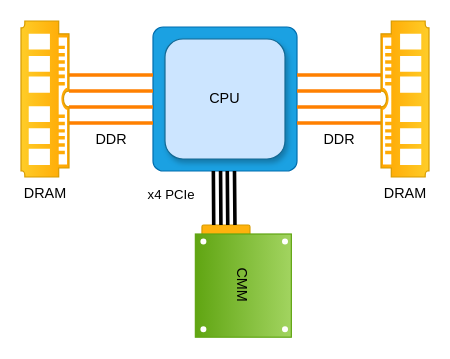
This is CXL Direct Attach CMM.drawio from kamilkhan52/cxl_diagrams, a draw.io file, before an edit. Source tidied: cells renumbered, new cells numbered last; positions are measured from the earlier drawing's top-left corner, leaving out a move shared by most shapes. Both pictures are drawn from the tidied source at 120%, with x=0, y=0 at pixel (20, 20).
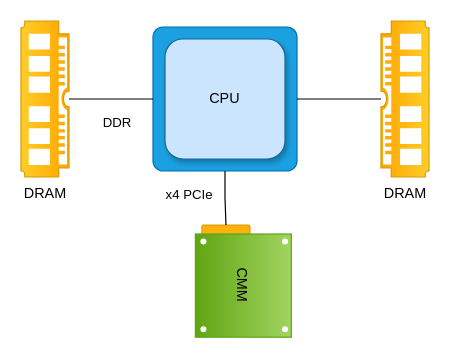
The same diagram, later.

The change refers to these unchanged cells:
```xml
<mxCell id="2" style="group;fillColor=default;gradientColor=none;strokeColor=none;" parent="1" vertex="1">
  <mxGeometry x="110" y="5" width="120" height="120" as="geometry" />
</mxCell>
<mxCell id="3" style="rounded=1;whiteSpace=wrap;html=1;arcSize=7;fillColor=#1ba1e2;strokeColor=#006EAF;fontColor=#ffffff;" parent="2" vertex="1">
  <mxGeometry width="120" height="120" as="geometry" />
</mxCell>
<mxCell id="6" value="DRAM" style="shadow=0;dashed=0;html=1;strokeColor=#d79b00;fillColor=#ffcd28;labelPosition=center;verticalLabelPosition=bottom;verticalAlign=top;align=center;outlineConnect=0;shape=mxgraph.veeam.ram;fillStyle=auto;direction=north;gradientColor=#ffa500;" parent="1" vertex="1">
  <mxGeometry width="40" height="130" as="geometry" />
</mxCell>
<mxCell id="8" value="DRAM" style="shadow=0;dashed=0;html=1;strokeColor=#d79b00;fillColor=#ffcd28;labelPosition=center;verticalLabelPosition=bottom;verticalAlign=top;align=center;outlineConnect=0;shape=mxgraph.veeam.ram;fillStyle=auto;direction=south;gradientColor=#ffa500;flipV=1;" parent="1" vertex="1">
  <mxGeometry x="300" width="40" height="130" as="geometry" />
</mxCell>
<mxCell id="11" style="rounded=1;whiteSpace=wrap;html=1;direction=south;fillColor=#ffb20d;arcSize=7;strokeColor=#d79b00;rotation=90;" parent="10" vertex="1">
  <mxGeometry x="15.7" y="-10.2" width="19.6" height="40" as="geometry" />
</mxCell>
```

The edit, as a diff of the source:
```diff
@@
-    <mxCell id="5" value="DDR" style="verticalLabelPosition=bottom;shadow=0;dashed=0;align=center;html=1;verticalAlign=top;shape=mxgraph.electrical.transmission.4_line_bus;strokeWidth=3;fillColor=#ffcc99;strokeColor=#FF8000;" parent="2" vertex="1">
-      <mxGeometry x="-70" y="40" width="70" height="40" as="geometry" />
-    </mxCell>
@@
-    <mxCell id="7" value="DDR" style="verticalLabelPosition=bottom;shadow=0;dashed=0;align=center;html=1;verticalAlign=top;shape=mxgraph.electrical.transmission.4_line_bus;strokeWidth=3;fillColor=#ffcc99;strokeColor=#FF8000;direction=west;flipV=1;" parent="1" vertex="1">
-      <mxGeometry x="230" y="45" width="70" height="40" as="geometry" />
-    </mxCell>
@@
     <mxCell id="9" value="x4 PCIe" style="text;html=1;align=center;verticalAlign=middle;strokeColor=none;fillColor=none;fontFamily=Helvetica;fontSize=11;fontColor=default;labelBackgroundColor=default;" parent="1" vertex="1">
-      <mxGeometry x="95" y="130" width="60" height="30" as="geometry" />
+      <mxGeometry x="110" y="130" width="60" height="30" as="geometry" />
     </mxCell>
@@
-    <mxCell id="17" style="shape=link;html=1;rounded=0;entryX=0.411;entryY=0.991;entryDx=0;entryDy=0;entryPerimeter=0;strokeWidth=3;elbow=vertical;width=4;arcSize=20;" parent="1" edge="1">
-      <mxGeometry relative="1" as="geometry">
-        <mxPoint x="175.3" y="170" as="sourcePoint" />
-        <mxPoint x="174.9" y="125" as="targetPoint" />
-      </mxGeometry>
-    </mxCell>
-    <mxCell id="18" style="shape=link;html=1;rounded=0;entryX=0.411;entryY=0.991;entryDx=0;entryDy=0;entryPerimeter=0;strokeWidth=3;elbow=vertical;width=4;arcSize=20;" parent="1" edge="1">
-      <mxGeometry relative="1" as="geometry">
-        <mxPoint x="163.6" y="170" as="sourcePoint" />
-        <mxPoint x="163.3" y="125" as="targetPoint" />
-      </mxGeometry>
-    </mxCell>
+    <mxCell id="19" style="edgeStyle=orthogonalEdgeStyle;rounded=0;jettySize=auto;html=1;entryX=0.5;entryY=1;entryDx=0;entryDy=0;endArrow=none;endFill=0;" parent="1" edge="1" source="3" target="11">
+      <mxGeometry relative="1" as="geometry" />
+    </mxCell>
+    <mxCell id="20" style="edgeStyle=orthogonalEdgeStyle;rounded=0;jettySize=auto;html=1;exitX=1;exitY=0.5;exitDx=0;exitDy=0;endArrow=none;endFill=0;" parent="1" edge="1" source="3" target="8">
+      <mxGeometry relative="1" as="geometry" />
+    </mxCell>
+    <mxCell id="21" style="edgeStyle=orthogonalEdgeStyle;rounded=0;jettySize=auto;html=1;exitX=0;exitY=0.5;exitDx=0;exitDy=0;endArrow=none;endFill=0;" parent="1" edge="1" source="3" target="6">
+      <mxGeometry relative="1" as="geometry" />
+    </mxCell>
+    <mxCell id="22" value="DDR" style="text;html=1;align=center;verticalAlign=middle;strokeColor=none;fillColor=none;fontFamily=Helvetica;fontSize=11;fontColor=default;labelBackgroundColor=default;" parent="1" vertex="1">
+      <mxGeometry x="55" y="70" width="50" height="30" as="geometry" />
+    </mxCell>
```
